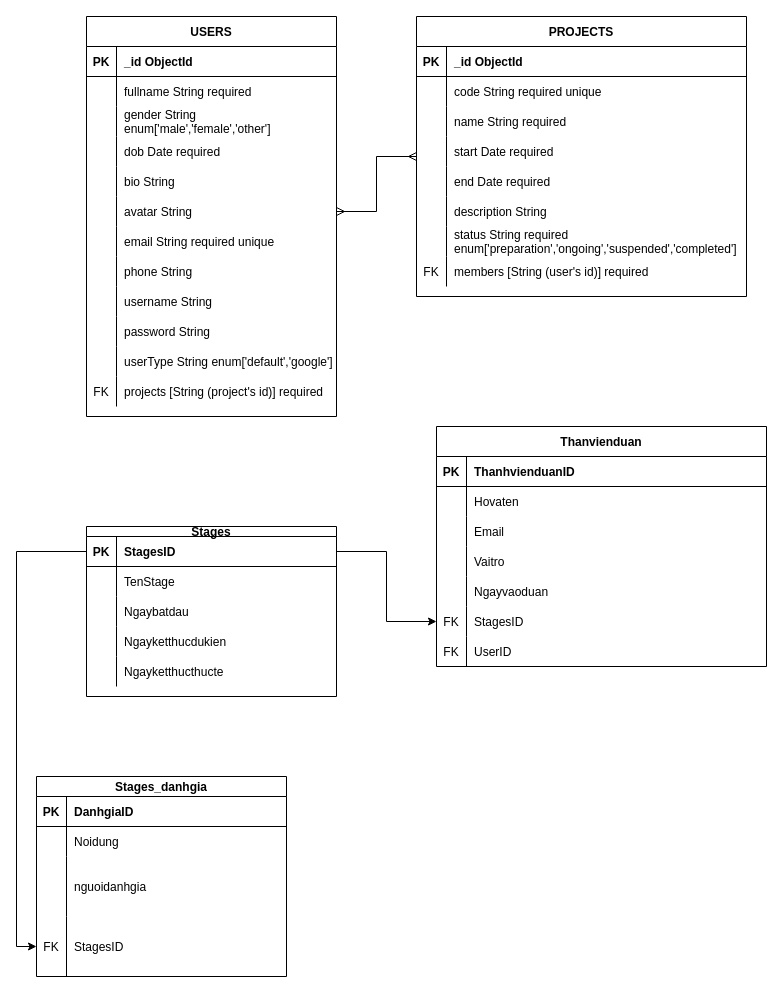
Earlier version of the draw.io diagram Untitled Diagram.drawio (mqdo/pnl-x10-2-backend). Source tidied: cells renumbered, new cells numbered last; positions are measured from the earlier drawing's top-left corner, leaving out a move shared by most shapes. Both pictures are drawn from the tidied source at 100%, with x=0, y=0 at pixel (36, 16).
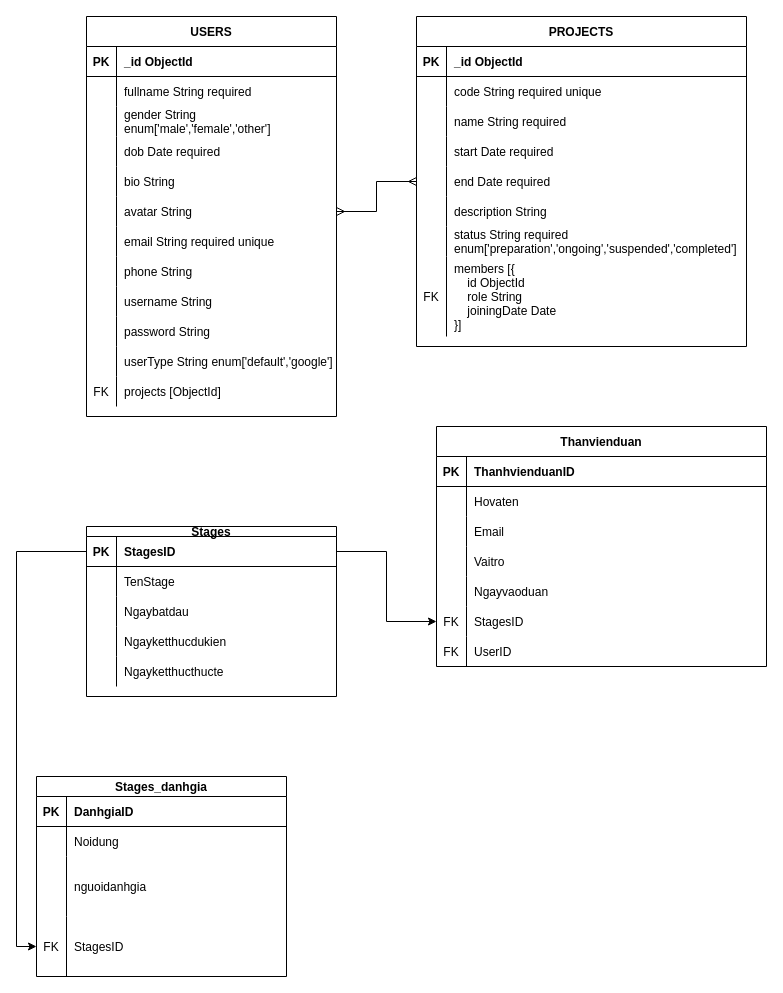
After the change.

Commit message:
Update Untitled Diagram.drawio, add more details to projects and members array

The change refers to these unchanged cells:
```xml
<mxCell id="62" style="shape=partialRectangle;fillColor=none;top=0;left=0;right=0;bottom=0;" parent="28" vertex="1">
  <mxGeometry y="360" width="250" height="30" as="geometry" />
</mxCell>
```

The edit, as a diff of the source:
```diff
@@
     <mxCell id="3" value="PROJECTS" style="shape=table;startSize=30;childLayout=tableLayout;rowLines=0;fontStyle=1;align=center;" parent="1" vertex="1">
-      <mxGeometry x="380" width="330" height="280" as="geometry" />
+      <mxGeometry x="380" width="330" height="330" as="geometry" />
     </mxCell>
@@
     <mxCell id="25" style="shape=partialRectangle;fillColor=none;top=0;left=0;right=0;bottom=0;" parent="3" vertex="1">
-      <mxGeometry y="240" width="330" height="30" as="geometry" />
+      <mxGeometry y="240" width="330" height="80" as="geometry" />
     </mxCell>
     <mxCell id="26" value="FK" style="shape=partialRectangle;overflow=hidden;fillColor=none;top=0;left=0;bottom=0;right=0;" parent="25" vertex="1">
-      <mxGeometry width="30" height="30" as="geometry" />
+      <mxGeometry width="30" height="80" as="geometry" />
     </mxCell>
-    <mxCell id="27" value="members [String (user's id)] required" style="shape=partialRectangle;overflow=hidden;fillColor=none;top=0;left=0;bottom=0;right=0;align=left;spacingLeft=6;" parent="25" vertex="1">
-      <mxGeometry x="30" width="300" height="30" as="geometry" />
+    <mxCell id="27" value="members [{&#10;    id ObjectId&#10;    role String&#10;    joiningDate Date&#10;}]" style="shape=partialRectangle;overflow=hidden;fillColor=none;top=0;left=0;bottom=0;right=0;align=left;spacingLeft=6;" parent="25" vertex="1">
+      <mxGeometry x="30" width="300" height="80" as="geometry" />
     </mxCell>
@@
-    <mxCell id="64" value="projects [String (project's id)] required " style="shape=partialRectangle;overflow=hidden;fillColor=none;top=0;left=0;bottom=0;right=0;align=left;spacingLeft=6;" parent="62" vertex="1">
+    <mxCell id="64" value="projects [ObjectId]" style="shape=partialRectangle;overflow=hidden;fillColor=none;top=0;left=0;bottom=0;right=0;align=left;spacingLeft=6;" parent="62" vertex="1">
       <mxGeometry x="30" width="220" height="30" as="geometry" />
     </mxCell>
```
